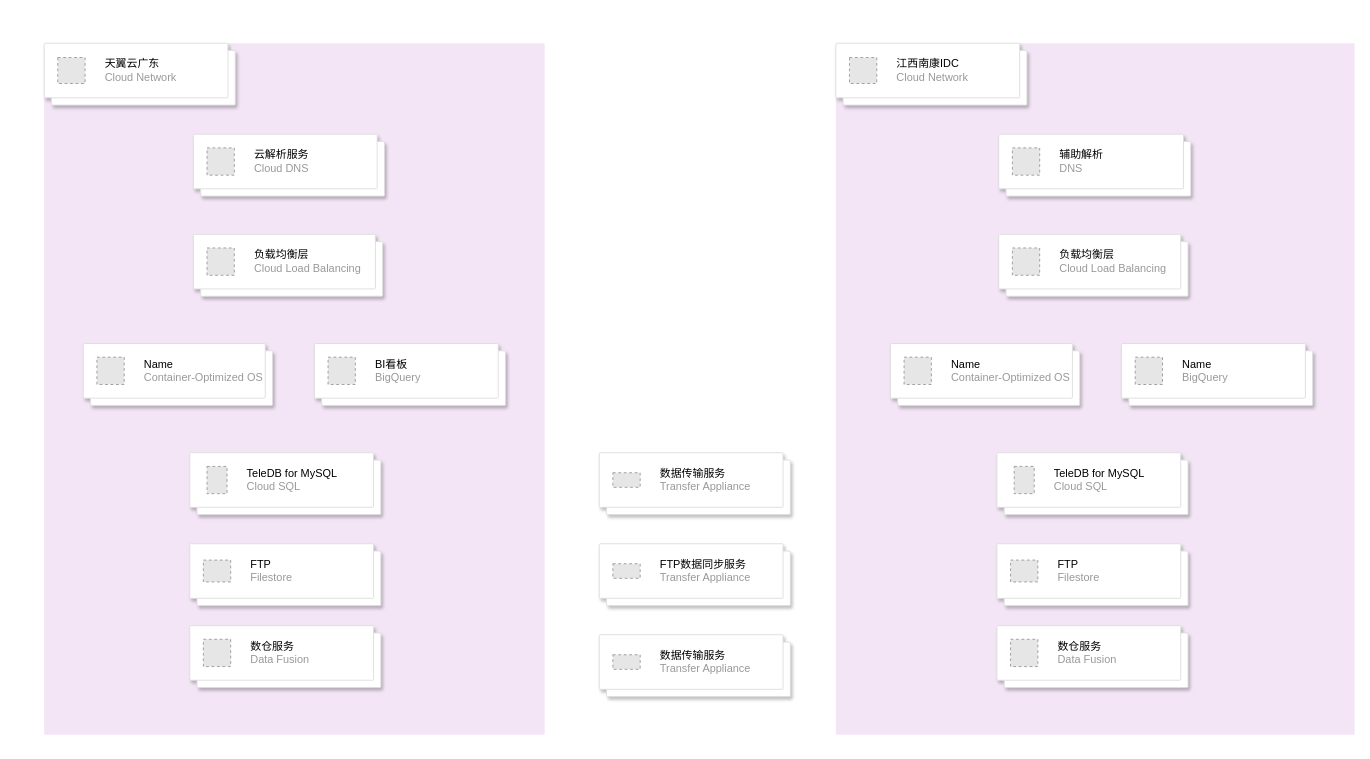
This is 洋臣架构.drawio from MyselfblueKAMI/drawpub, a draw.io file, before an edit. Source tidied: cells renumbered, new cells numbered last; positions are measured from the earlier drawing's top-left corner, leaving out a move shared by most shapes. Both pictures are drawn from the tidied source at 91%, with x=0, y=0 at pixel (44, 43). Pictures stored in the file or linked from it are replaced by grey dashed boxes.
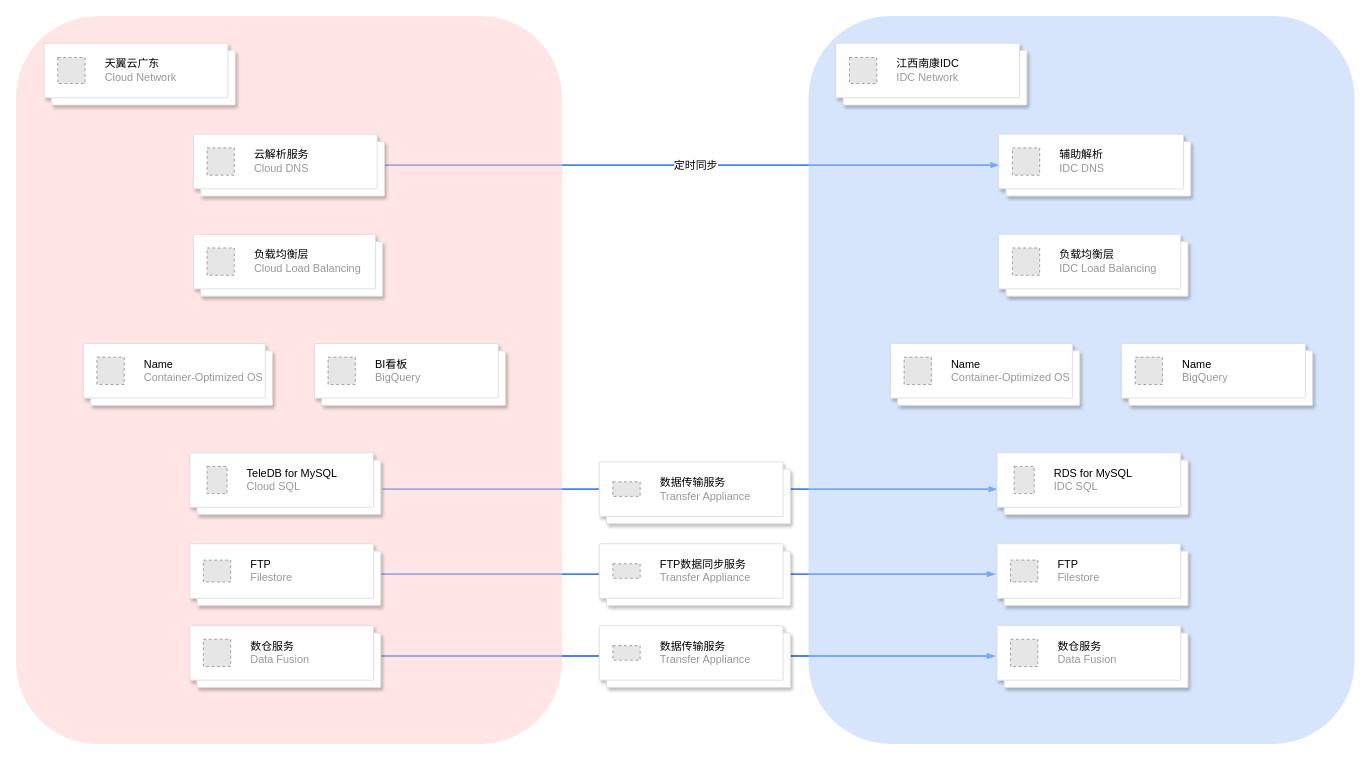
The same diagram, later.

Commit message (it also covers changes not shown here):
更新洋臣架构.drawio

Unchanged cells that the change refers to:
```xml
<mxCell id="3" style="shape=mxgraph.gcp2.doubleRect;fillColor=#ffffff;strokeColor=#dddddd;shadow=1;strokeWidth=1;rounded=1;absoluteArcSize=1;arcSize=2;" parent="1" vertex="1">
  <mxGeometry x="164" y="100" width="210" height="68" as="geometry" />
</mxCell>
<mxCell id="22" style="shape=mxgraph.gcp2.doubleRect;fillColor=#ffffff;strokeColor=#dddddd;shadow=1;strokeWidth=1;rounded=1;absoluteArcSize=1;arcSize=2;" parent="1" vertex="1">
  <mxGeometry x="870" width="210" height="68" as="geometry" />
</mxCell>
<mxCell id="24" style="shape=mxgraph.gcp2.doubleRect;fillColor=#ffffff;strokeColor=#dddddd;shadow=1;strokeWidth=1;rounded=1;absoluteArcSize=1;arcSize=2;" parent="1" vertex="1">
  <mxGeometry x="1049" y="210" width="208" height="68" as="geometry" />
</mxCell>
<mxCell id="26" style="shape=mxgraph.gcp2.doubleRect;fillColor=#ffffff;strokeColor=#dddddd;shadow=1;strokeWidth=1;rounded=1;absoluteArcSize=1;arcSize=2;" parent="1" vertex="1">
  <mxGeometry x="1047" y="450" width="210" height="68" as="geometry" />
</mxCell>
<mxCell id="40" style="shape=mxgraph.gcp2.doubleRect;fillColor=#ffffff;strokeColor=#dddddd;shadow=1;strokeWidth=1;rounded=1;absoluteArcSize=1;arcSize=2;" parent="1" vertex="1">
  <mxGeometry x="1049" y="100" width="211" height="68" as="geometry" />
</mxCell>
```

Diff of the diagram source:
```diff
@@
-    <mxCell id="2" style="sketch=0;rounded=1;absoluteArcSize=1;arcSize=2;html=1;strokeColor=none;gradientColor=none;shadow=0;dashed=0;fontSize=12;fontColor=#9E9E9E;align=left;verticalAlign=top;spacing=10;spacingTop=-4;whiteSpace=wrap;fillColor=#F3E5F5;" parent="1" vertex="1">
-      <mxGeometry width="550" height="760" as="geometry" />
-    </mxCell>
+    <mxCell id="42" style="edgeStyle=orthogonalEdgeStyle;fontSize=12;html=1;endArrow=blockThin;endFill=1;rounded=0;strokeWidth=2;endSize=4;startSize=4;dashed=0;strokeColor=#4284F3;exitX=1;exitY=0.5;exitDx=0;exitDy=0;entryX=0;entryY=0.5;entryDx=0;entryDy=0;" parent="1" edge="1" source="3" target="40">
+      <mxGeometry relative="1" as="geometry" />
+    </mxCell>
+    <mxCell id="43" value="&lt;font style=&quot;font-size: 12px;&quot;&gt;定时同步&lt;/font&gt;" style="edgeLabel;html=1;align=center;verticalAlign=middle;" parent="42" vertex="1">
+      <mxGeometry x="-0.04" relative="1" as="geometry">
+        <mxPoint x="17" as="offset" />
+      </mxGeometry>
+    </mxCell>
+    <mxCell id="44" style="edgeStyle=orthogonalEdgeStyle;fontSize=12;html=1;endArrow=blockThin;endFill=1;rounded=0;strokeWidth=2;endSize=4;startSize=4;dashed=0;strokeColor=#4284F3;exitX=1;exitY=0.5;exitDx=0;exitDy=0;entryX=0;entryY=0.5;entryDx=0;entryDy=0;" parent="1" edge="1">
+      <mxGeometry relative="1" as="geometry">
+        <mxPoint x="370" y="673.4" as="sourcePoint" />
+        <mxPoint x="1045" y="673.4" as="targetPoint" />
+      </mxGeometry>
+    </mxCell>
+    <mxCell id="45" style="edgeStyle=orthogonalEdgeStyle;fontSize=12;html=1;endArrow=blockThin;endFill=1;rounded=0;strokeWidth=2;endSize=4;startSize=4;dashed=0;strokeColor=#4284F3;exitX=1;exitY=0.5;exitDx=0;exitDy=0;entryX=0;entryY=0.5;entryDx=0;entryDy=0;" parent="1" edge="1">
+      <mxGeometry relative="1" as="geometry">
+        <mxPoint x="372" y="490" as="sourcePoint" />
+        <mxPoint x="1047" y="490" as="targetPoint" />
+      </mxGeometry>
+    </mxCell>
+    <mxCell id="46" style="edgeStyle=orthogonalEdgeStyle;fontSize=12;html=1;endArrow=blockThin;endFill=1;rounded=0;strokeWidth=2;endSize=4;startSize=4;dashed=0;strokeColor=#4284F3;exitX=1;exitY=0.5;exitDx=0;exitDy=0;entryX=0;entryY=0.5;entryDx=0;entryDy=0;" parent="1" edge="1">
+      <mxGeometry relative="1" as="geometry">
+        <mxPoint x="370" y="583.4" as="sourcePoint" />
+        <mxPoint x="1045" y="583.4" as="targetPoint" />
+      </mxGeometry>
+    </mxCell>
+    <mxCell id="47" style="rounded=1;whiteSpace=wrap;html=1;fillColor=#AECBFA;strokeColor=none;opacity=50;" parent="1" vertex="1">
+      <mxGeometry x="840" y="-30" width="600" height="800" as="geometry" />
+    </mxCell>
+    <mxCell id="48" style="rounded=1;whiteSpace=wrap;html=1;fillColor=#FFCCCC;strokeColor=none;opacity=50;" parent="1" vertex="1">
+      <mxGeometry x="-31" y="-30" width="600" height="800" as="geometry" />
+    </mxCell>
@@
-    <mxCell id="13" style="shape=mxgraph.gcp2.doubleRect;fillColor=#ffffff;strokeColor=#dddddd;shadow=1;strokeWidth=1;rounded=1;absoluteArcSize=1;arcSize=2;" parent="1" vertex="1">
-      <mxGeometry x="610" y="450" width="210" height="68" as="geometry" />
-    </mxCell>
-    <mxCell id="14" value="&lt;font color=&quot;#000000&quot;&gt;数据传输服务&lt;/font&gt;&lt;br&gt;Transfer Appliance" style="fillColor=#E6E6E6;strokeColor=#999999;dashed=1;html=1;fontColor=#999999;verticalLabelPosition=middle;verticalAlign=middle;labelPosition=right;align=left;spacingLeft=20;labelBackgroundColor=none;" parent="13" vertex="1">
-      <mxGeometry width="30" height="16" relative="1" as="geometry">
-        <mxPoint x="15" y="22" as="offset" />
-      </mxGeometry>
-    </mxCell>
@@
-    <mxCell id="21" style="sketch=0;rounded=1;absoluteArcSize=1;arcSize=2;html=1;strokeColor=none;gradientColor=none;shadow=0;dashed=0;fontSize=12;fontColor=#9E9E9E;align=left;verticalAlign=top;spacing=10;spacingTop=-4;whiteSpace=wrap;fillColor=#F3E5F5;" parent="1" vertex="1">
-      <mxGeometry x="870" width="570" height="760" as="geometry" />
-    </mxCell>
@@
-    <mxCell id="23" value="&lt;font color=&quot;#000000&quot;&gt;江西南康IDC&lt;/font&gt;&lt;div&gt;Cloud Network&lt;/div&gt;" style="fillColor=#E6E6E6;strokeColor=#999999;dashed=1;html=1;fontColor=#999999;verticalLabelPosition=middle;verticalAlign=middle;labelPosition=right;align=left;spacingLeft=20;" parent="22" vertex="1">
+    <mxCell id="23" value="&lt;font color=&quot;#000000&quot;&gt;江西南康IDC&lt;/font&gt;&lt;div&gt;IDC Network&lt;/div&gt;" style="fillColor=#E6E6E6;strokeColor=#999999;dashed=1;html=1;fontColor=#999999;verticalLabelPosition=middle;verticalAlign=middle;labelPosition=right;align=left;spacingLeft=20;" parent="22" vertex="1">
       <mxGeometry width="30" height="28.57" relative="1" as="geometry">
         <mxPoint x="15" y="15.7" as="offset" />
       </mxGeometry>
     </mxCell>
@@
-    <mxCell id="25" value="&lt;font color=&quot;#000000&quot;&gt;负载均衡层&lt;/font&gt;&lt;br&gt;Cloud Load Balancing" style="fillColor=#E6E6E6;strokeColor=#999999;dashed=1;html=1;fontColor=#999999;verticalLabelPosition=middle;verticalAlign=middle;labelPosition=right;align=left;spacingLeft=20;" parent="24" vertex="1">
+    <mxCell id="25" value="&lt;font color=&quot;#000000&quot;&gt;负载均衡层&lt;/font&gt;&lt;br&gt;IDC Load Balancing" style="fillColor=#E6E6E6;strokeColor=#999999;dashed=1;html=1;fontColor=#999999;verticalLabelPosition=middle;verticalAlign=middle;labelPosition=right;align=left;spacingLeft=20;" parent="24" vertex="1">
       <mxGeometry width="30" height="30" relative="1" as="geometry">
         <mxPoint x="15" y="15" as="offset" />
       </mxGeometry>
     </mxCell>
@@
-    <mxCell id="27" value="&lt;font color=&quot;#000000&quot;&gt;TeleDB for MySQL&lt;/font&gt;&lt;br&gt;Cloud SQL" style="fillColor=#E6E6E6;strokeColor=#999999;dashed=1;html=1;fontColor=#999999;verticalLabelPosition=middle;verticalAlign=middle;labelPosition=right;align=left;spacingLeft=20;" parent="26" vertex="1">
+    <mxCell id="27" value="&lt;font color=&quot;#000000&quot;&gt;RDS for MySQL&lt;/font&gt;&lt;br&gt;IDC SQL" style="fillColor=#E6E6E6;strokeColor=#999999;dashed=1;html=1;fontColor=#999999;verticalLabelPosition=middle;verticalAlign=middle;labelPosition=right;align=left;spacingLeft=20;" parent="26" vertex="1">
       <mxGeometry width="22" height="30" relative="1" as="geometry">
         <mxPoint x="19" y="15" as="offset" />
       </mxGeometry>
     </mxCell>
@@
-    <mxCell id="38" style="shape=mxgraph.gcp2.doubleRect;fillColor=#ffffff;strokeColor=#dddddd;shadow=1;strokeWidth=1;rounded=1;absoluteArcSize=1;arcSize=2;" parent="1" vertex="1">
-      <mxGeometry x="610" y="650" width="210" height="68" as="geometry" />
-    </mxCell>
-    <mxCell id="39" value="&lt;span style=&quot;color: rgb(0, 0, 0);&quot;&gt;数据传输服务&lt;/span&gt;&lt;br&gt;Transfer Appliance" style="fillColor=#E6E6E6;strokeColor=#999999;dashed=1;html=1;fontColor=#999999;verticalLabelPosition=middle;verticalAlign=middle;labelPosition=right;align=left;spacingLeft=20;labelBackgroundColor=none;" parent="38" vertex="1">
-      <mxGeometry width="30" height="16" relative="1" as="geometry">
-        <mxPoint x="15" y="22" as="offset" />
-      </mxGeometry>
-    </mxCell>
@@
-    <mxCell id="41" value="&lt;font color=&quot;#000000&quot;&gt;辅助解析&lt;/font&gt;&lt;br&gt;DNS" style="fillColor=#E6E6E6;strokeColor=#999999;dashed=1;html=1;fontColor=#999999;verticalLabelPosition=middle;verticalAlign=middle;labelPosition=right;align=left;spacingLeft=20;" parent="40" vertex="1">
+    <mxCell id="41" value="&lt;font color=&quot;#000000&quot;&gt;辅助解析&lt;/font&gt;&lt;br&gt;IDC DNS" style="fillColor=#E6E6E6;strokeColor=#999999;dashed=1;html=1;fontColor=#999999;verticalLabelPosition=middle;verticalAlign=middle;labelPosition=right;align=left;spacingLeft=20;" parent="40" vertex="1">
       <mxGeometry width="30" height="30" relative="1" as="geometry">
         <mxPoint x="15" y="15" as="offset" />
       </mxGeometry>
     </mxCell>
+    <mxCell id="49" style="shape=mxgraph.gcp2.doubleRect;fillColor=#ffffff;strokeColor=#dddddd;shadow=1;strokeWidth=1;rounded=1;absoluteArcSize=1;arcSize=2;" parent="1" vertex="1">
+      <mxGeometry x="610" y="640" width="210" height="68" as="geometry" />
+    </mxCell>
+    <mxCell id="50" value="&lt;font color=&quot;#000000&quot;&gt;数据传输服务&lt;/font&gt;&lt;br&gt;Transfer Appliance" style="fillColor=#E6E6E6;strokeColor=#999999;dashed=1;html=1;fontColor=#999999;verticalLabelPosition=middle;verticalAlign=middle;labelPosition=right;align=left;spacingLeft=20;labelBackgroundColor=none;" parent="49" vertex="1">
+      <mxGeometry width="30" height="16" relative="1" as="geometry">
+        <mxPoint x="15" y="22" as="offset" />
+      </mxGeometry>
+    </mxCell>
+    <mxCell id="51" style="shape=mxgraph.gcp2.doubleRect;fillColor=#ffffff;strokeColor=#dddddd;shadow=1;strokeWidth=1;rounded=1;absoluteArcSize=1;arcSize=2;" parent="1" vertex="1">
+      <mxGeometry x="610" y="460" width="210" height="68" as="geometry" />
+    </mxCell>
+    <mxCell id="52" value="&lt;font color=&quot;#000000&quot;&gt;数据传输服务&lt;/font&gt;&lt;br&gt;Transfer Appliance" style="fillColor=#E6E6E6;strokeColor=#999999;dashed=1;html=1;fontColor=#999999;verticalLabelPosition=middle;verticalAlign=middle;labelPosition=right;align=left;spacingLeft=20;labelBackgroundColor=none;" parent="51" vertex="1">
+      <mxGeometry width="30" height="16" relative="1" as="geometry">
+        <mxPoint x="15" y="22" as="offset" />
+      </mxGeometry>
+    </mxCell>
```
